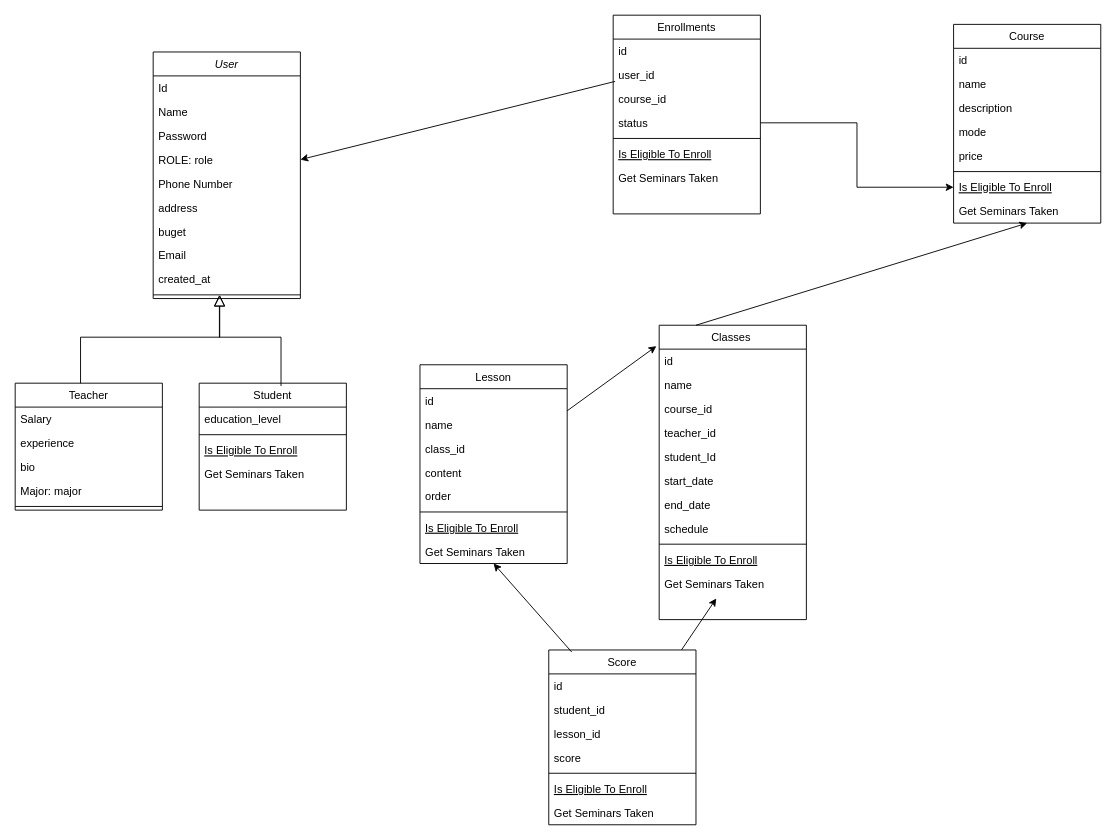
Earlier version of the draw.io diagram ManageTech/Biểu đồ không có tiêu đề.drawio (HieuNguyen06nd/JAVA-CORE---30). Source tidied: cells renumbered, new cells numbered last; positions are measured from the earlier drawing's top-left corner, leaving out a move shared by most shapes. Both pictures are drawn from the tidied source at 92%, with x=0, y=0 at pixel (15, 15).
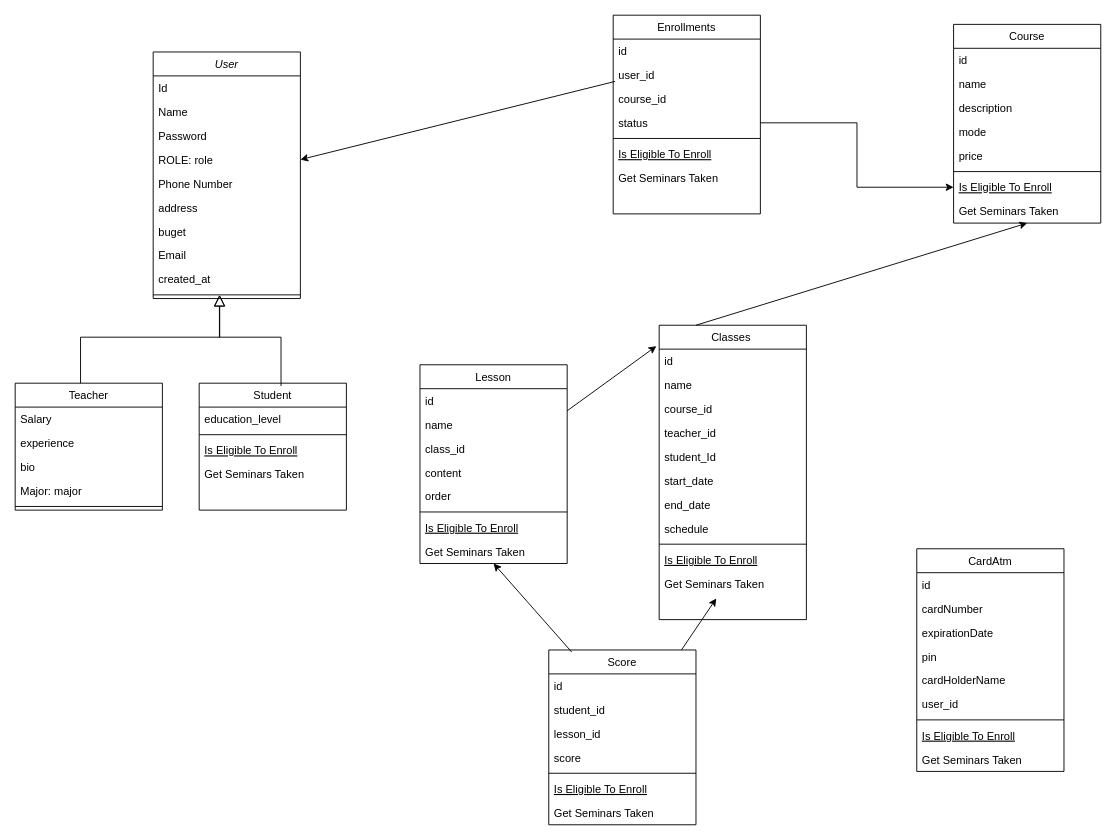
After the change.

Commit message:
Cập nhật Biểu đồ không có tiêu đề.drawio

Change to the diagram source:
```diff
@@
+    <mxCell id="78" value="CardAtm" style="swimlane;fontStyle=0;align=center;verticalAlign=top;horizontal=1;startSize=26;rounded=0;shadow=0;strokeWidth=1;" parent="1" vertex="1">
+      <mxGeometry x="980" y="580" width="160" height="242" as="geometry" />
+    </mxCell>
+    <mxCell id="79" value="id" style="text;align=left;verticalAlign=top;spacingLeft=4;spacingRight=4;overflow=hidden;" parent="78" vertex="1">
+      <mxGeometry y="26" width="160" height="26" as="geometry" />
+    </mxCell>
+    <mxCell id="80" value="cardNumber" style="text;align=left;verticalAlign=top;spacingLeft=4;spacingRight=4;overflow=hidden;" parent="78" vertex="1">
+      <mxGeometry y="52" width="160" height="26" as="geometry" />
+    </mxCell>
+    <mxCell id="81" value="expirationDate" style="text;align=left;verticalAlign=top;spacingLeft=4;spacingRight=4;overflow=hidden;" parent="78" vertex="1">
+      <mxGeometry y="78" width="160" height="26" as="geometry" />
+    </mxCell>
+    <mxCell id="82" value="pin" style="text;align=left;verticalAlign=top;spacingLeft=4;spacingRight=4;overflow=hidden;" parent="78" vertex="1">
+      <mxGeometry y="104" width="160" height="26" as="geometry" />
+    </mxCell>
+    <mxCell id="83" value="cardHolderName" style="text;align=left;verticalAlign=top;spacingLeft=4;spacingRight=4;overflow=hidden;" parent="78" vertex="1">
+      <mxGeometry y="130" width="160" height="26" as="geometry" />
+    </mxCell>
+    <mxCell id="84" value="user_id" style="text;align=left;verticalAlign=top;spacingLeft=4;spacingRight=4;overflow=hidden;" parent="78" vertex="1">
+      <mxGeometry y="156" width="160" height="26" as="geometry" />
+    </mxCell>
+    <mxCell id="85" style="line;html=1;strokeWidth=1;align=left;verticalAlign=middle;spacingTop=-1;spacingLeft=3;spacingRight=3;labelPosition=right;" parent="78" vertex="1">
+      <mxGeometry y="182" width="160" height="8" as="geometry" />
+    </mxCell>
+    <mxCell id="86" value="Is Eligible To Enroll" style="text;align=left;verticalAlign=top;spacingLeft=4;spacingRight=4;overflow=hidden;fontStyle=4;" parent="78" vertex="1">
+      <mxGeometry y="190" width="160" height="26" as="geometry" />
+    </mxCell>
+    <mxCell id="87" value="Get Seminars Taken" style="text;align=left;verticalAlign=top;spacingLeft=4;spacingRight=4;overflow=hidden;" parent="78" vertex="1">
+      <mxGeometry y="216" width="160" height="26" as="geometry" />
+    </mxCell>
```
